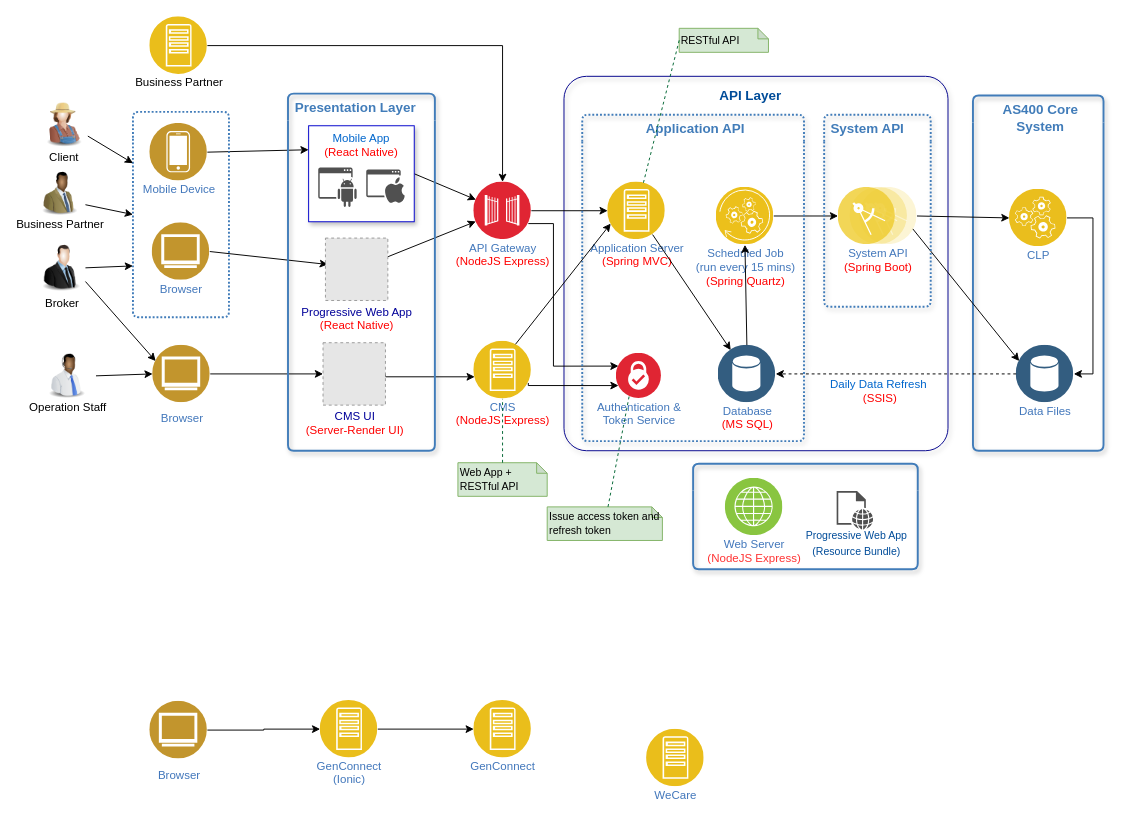
Earlier version of the draw.io diagram page "Logical Component" (1 of 3) of Target_Architecture.drawio (whalebig27/change-request-process-diagram). Source tidied: cells renumbered, new cells numbered last; positions are measured from the earlier drawing's top-left corner, leaving out a move shared by most shapes. Both pictures are drawn from the tidied source at 96%, with x=0, y=0 at pixel (35, 16). Pictures stored in the file or linked from it are replaced by grey dashed boxes.
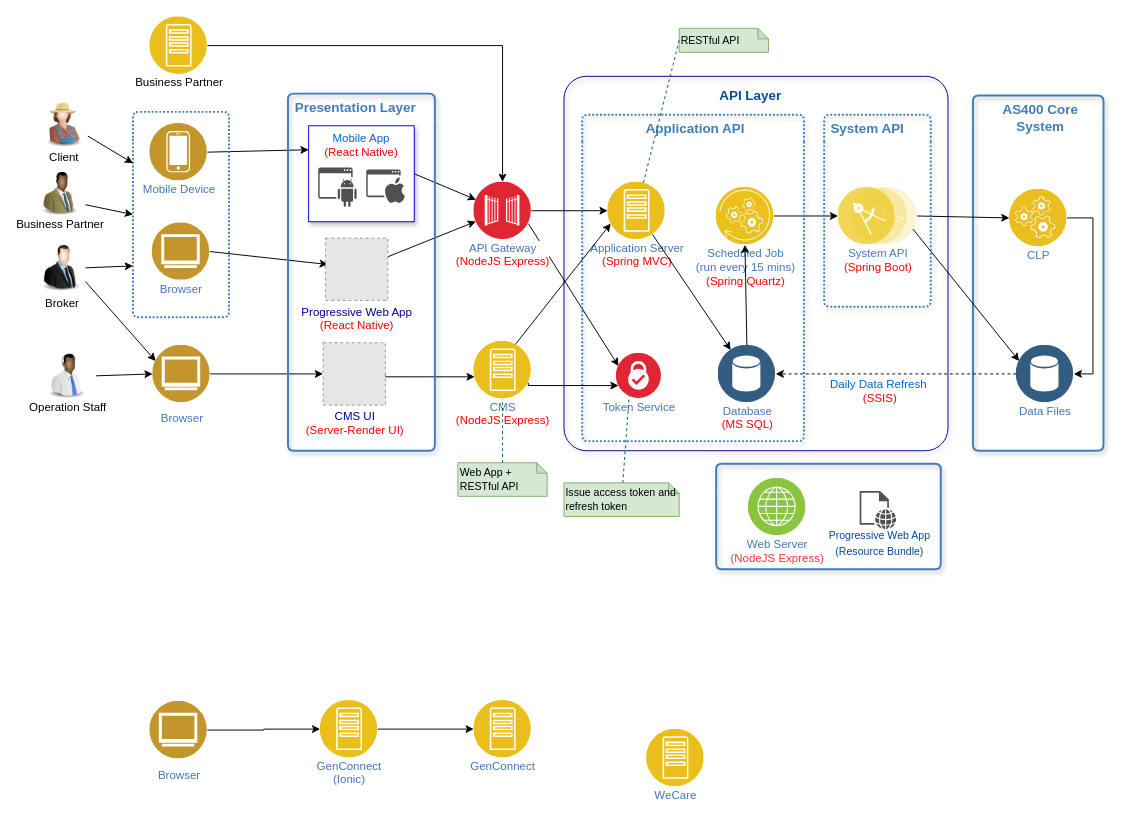
The same diagram, later.

The change refers to these unchanged cells:
```xml
<mxCell id="6" value="API Gateway&lt;br&gt;&lt;font color=&quot;#ff0000&quot;&gt;(NodeJS Express)&lt;/font&gt;&lt;br&gt;" style="perimeter=ellipsePerimeter;html=1;align=center;shadow=0;dashed=0;fontColor=#4277BB;labelBackgroundColor=#ffffff;fontSize=12;spacingTop=-5;image;image=img/lib/ibm/security/gateway.svg;" parent="1" vertex="1">
  <mxGeometry x="457" y="172" width="60" height="60" as="geometry" />
</mxCell>
<mxCell id="35" value="&lt;b&gt;&lt;font style=&quot;font-size: 14px&quot;&gt;Application API&lt;/font&gt;&lt;/b&gt;" style="swimlane;fontStyle=0;horizontal=1;startSize=28;swimlaneLine=0;swimlaneFillColor=none;fillColor=none;rounded=1;whiteSpace=wrap;html=1;absoluteArcSize=1;arcSize=12;strokeColor=#417CB9;fontColor=#417CB9;verticalAlign=top;align=center;spacingLeft=5;dashed=1;strokeWidth=2;shadow=1;dashPattern=1 1;" parent="1" vertex="1">
  <mxGeometry x="570" y="102" width="231" height="340" as="geometry" />
</mxCell>
```

The edit, as a diff of the source:
```diff
@@
-    <mxCell id="5" style="edgeStyle=orthogonalEdgeStyle;rounded=0;jettySize=auto;html=1;exitX=1;exitY=0.75;exitDx=0;exitDy=0;entryX=0;entryY=0.25;entryDx=0;entryDy=0;strokeColor=#000000;fontSize=11;fontColor=#000000;" parent="1" edge="1" source="6" target="41">
-      <mxGeometry relative="1" as="geometry">
-        <Array as="points">
-          <mxPoint x="540" y="215" />
-          <mxPoint x="540" y="364" />
-        </Array>
-      </mxGeometry>
+    <mxCell id="5" style="rounded=0;jettySize=auto;html=1;exitX=1;exitY=0.75;exitDx=0;exitDy=0;entryX=0;entryY=0.25;entryDx=0;entryDy=0;strokeColor=#000000;fontSize=11;fontColor=#000000;" parent="1" edge="1" source="6" target="41">
+      <mxGeometry relative="1" as="geometry" />
     </mxCell>
@@
-    <mxCell id="41" value="Authentication &amp;amp; &lt;br&gt;Token Service" style="perimeter=ellipsePerimeter;html=1;align=center;shadow=0;dashed=0;fontColor=#4277BB;labelBackgroundColor=#ffffff;fontSize=12;spacingTop=-5;image;image=img/lib/ibm/security/security_services.svg;strokeColor=#00008C;strokeWidth=1;fillColor=none;" parent="35" vertex="1">
+    <mxCell id="41" value="Token Service" style="perimeter=ellipsePerimeter;html=1;align=center;shadow=0;dashed=0;fontColor=#4277BB;labelBackgroundColor=#ffffff;fontSize=12;spacingTop=-5;image;image=img/lib/ibm/security/security_services.svg;strokeColor=#00008C;strokeWidth=1;fillColor=none;" parent="35" vertex="1">
       <mxGeometry x="35.5" y="248.5" width="47" height="47" as="geometry" />
     </mxCell>
@@
     <mxCell id="68" style="swimlane;fontStyle=0;horizontal=1;startSize=28;swimlaneLine=0;swimlaneFillColor=none;fillColor=none;rounded=1;whiteSpace=wrap;html=1;absoluteArcSize=1;arcSize=12;strokeColor=#417CB9;fontColor=#417CB9;verticalAlign=top;align=center;spacingLeft=5;dashed=0;strokeWidth=2;shadow=1;" parent="1" vertex="1">
-      <mxGeometry x="685.5" y="465.5" width="234" height="110" as="geometry" />
+      <mxGeometry x="709.5" y="465.5" width="234" height="110" as="geometry" />
     </mxCell>
@@
     <mxCell id="73" value="Issue access token and refresh token" style="shape=note;whiteSpace=wrap;html=1;backgroundOutline=1;darkOpacity=0.05;size=11;fillColor=#d5e8d4;strokeColor=#82b366;fontSize=11;align=left;" parent="1" vertex="1">
-      <mxGeometry x="533.5" y="510.5" width="120" height="35" as="geometry" />
+      <mxGeometry x="551" y="485.5" width="120" height="35" as="geometry" />
     </mxCell>
```
